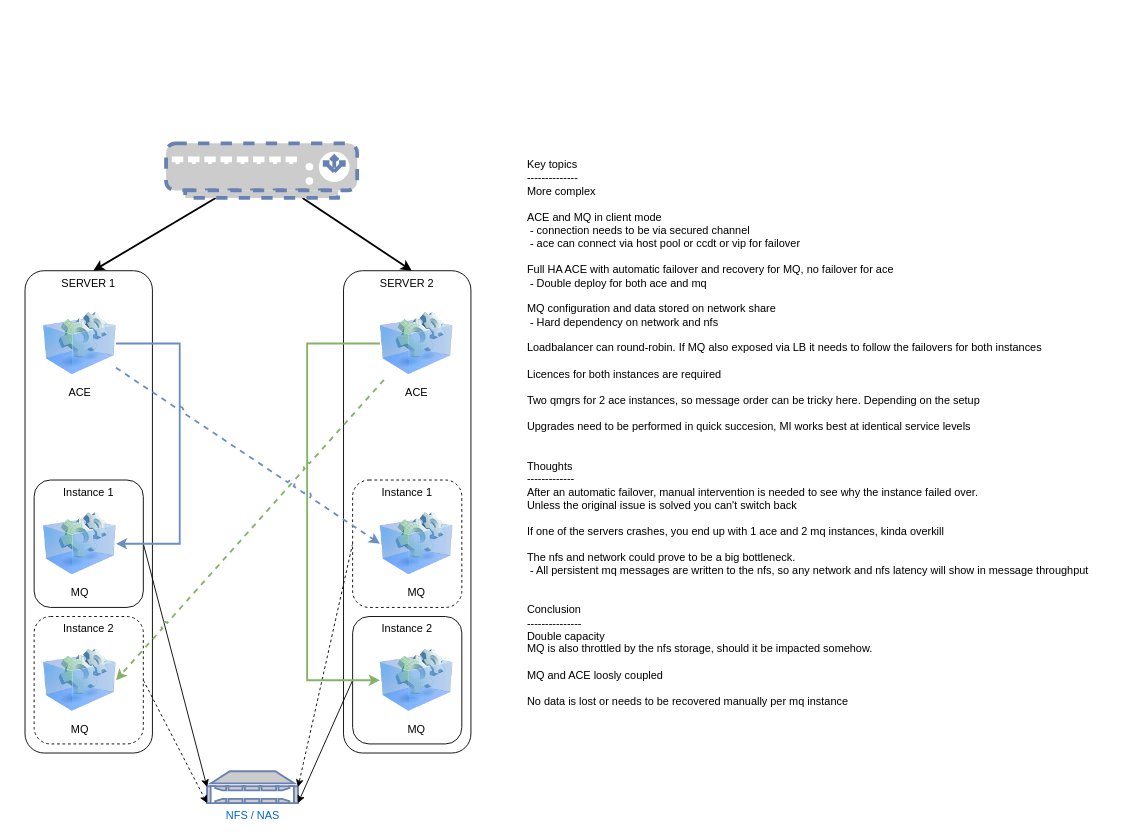
This is page "DA ACE & Cross MI MQ" (4 of 10) of Designs/ACE/HighAvailabilityScenarios.drawio from matthiasblomme/MixedTools, a draw.io file, before an edit. Source tidied: cells renumbered, new cells numbered last; positions are measured from the earlier drawing's top-left corner, leaving out a move shared by most shapes. Both pictures are drawn from the tidied source at 91%, with x=0, y=0 at pixel (25, 143).
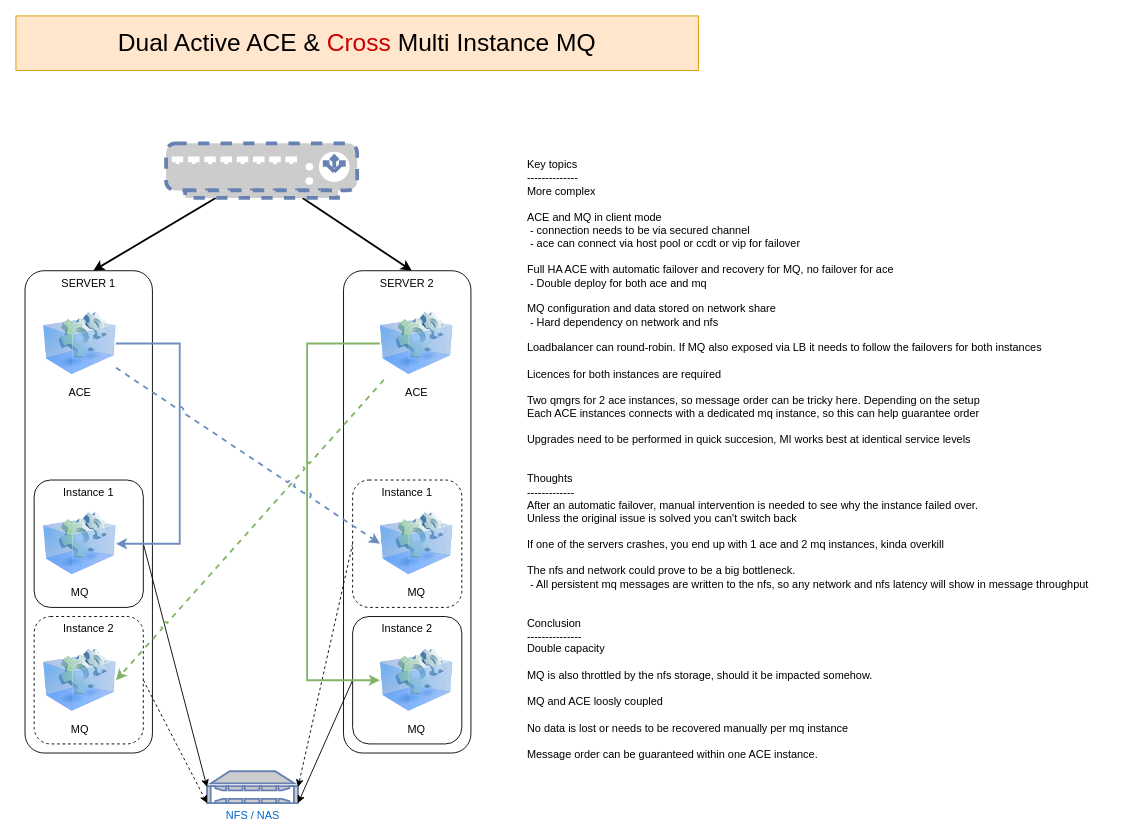
The same page after the edit.

What changed in the source:
```diff
@@
-    <mxCell id="26" value="Key topics&lt;br style=&quot;border-color: var(--border-color);&quot;&gt;--------------&lt;br&gt;More complex&lt;br&gt;&lt;br&gt;ACE and MQ in client mode&lt;br&gt;&lt;span style=&quot;&quot;&gt;&lt;/span&gt;&lt;span style=&quot;&quot;&gt;&lt;/span&gt;&lt;span style=&quot;&quot;&gt;&lt;/span&gt;&lt;span style=&quot;&quot;&gt;&lt;/span&gt;&amp;nbsp;- connection needs to be via secured channel&lt;br&gt;&amp;nbsp;- ace can connect via host pool or ccdt or vip for failover&lt;br&gt;&lt;br&gt;Full HA ACE with automatic failover and recovery for MQ, no failover for ace&lt;br&gt;&amp;nbsp;- Double deploy for both ace and mq&lt;br&gt;&lt;span style=&quot;&quot;&gt; &lt;/span&gt;&lt;br&gt;MQ configuration and data stored on network share&lt;br style=&quot;border-color: var(--border-color);&quot;&gt;&lt;span style=&quot;border-color: var(--border-color);&quot;&gt;&lt;/span&gt;&lt;span style=&quot;&quot;&gt;&lt;/span&gt;&lt;span style=&quot;&quot;&gt;&lt;/span&gt;&lt;span style=&quot;&quot;&gt;&lt;/span&gt;&amp;nbsp;- Hard dependency on network and nfs&lt;br&gt;&lt;br&gt;Loadbalancer can round-robin. If MQ also exposed via LB it needs to follow the failovers for both instances&lt;br&gt;&lt;br&gt;Licences for both instances are required&lt;br&gt;&lt;br&gt;Two qmgrs for 2 ace instances, so message order can be tricky here. Depending on the setup&lt;br&gt;&lt;br&gt;Upgrades need to be performed in quick succesion, MI works best at identical service levels&lt;br&gt;&lt;br&gt;&lt;br&gt;Thoughts&lt;br style=&quot;border-color: var(--border-color);&quot;&gt;-------------&lt;br style=&quot;border-color: var(--border-color);&quot;&gt;After an automatic failover, manual intervention is needed to see why the instance failed over.&lt;br style=&quot;border-color: var(--border-color);&quot;&gt;Unless the original issue is solved you can't switch back&lt;br style=&quot;border-color: var(--border-color);&quot;&gt;&lt;br&gt;If one of the servers crashes, you end up with 1 ace and 2 mq instances, kinda overkill&lt;br&gt;&lt;br style=&quot;border-color: var(--border-color);&quot;&gt;The nfs and network could prove to be a big bottleneck.&lt;br style=&quot;border-color: var(--border-color);&quot;&gt;&amp;nbsp;- All persistent mq messages are written to the nfs, so any network and nfs latency will show in message throughput&lt;br&gt;&lt;br&gt;&lt;br&gt;Conclusion&lt;br&gt;---------------&lt;br&gt;Double capacity&lt;br&gt;MQ is also throttled by the nfs storage, should it be impacted somehow.&lt;br&gt;&lt;br&gt;MQ and ACE loosly coupled&lt;br&gt;&lt;br style=&quot;border-color: var(--border-color);&quot;&gt;No data is lost or needs to be recovered manually per mq instance" style="text;html=1;strokeColor=none;fillColor=none;align=left;verticalAlign=top;whiteSpace=wrap;rounded=0;dashed=1;" parent="1" vertex="1">
+    <mxCell id="26" value="Key topics&lt;br style=&quot;border-color: var(--border-color);&quot;&gt;--------------&lt;br&gt;More complex&lt;br&gt;&lt;br&gt;ACE and MQ in client mode&lt;br&gt;&lt;span style=&quot;&quot;&gt;&lt;/span&gt;&lt;span style=&quot;&quot;&gt;&lt;/span&gt;&lt;span style=&quot;&quot;&gt;&lt;/span&gt;&lt;span style=&quot;&quot;&gt;&lt;/span&gt;&amp;nbsp;- connection needs to be via secured channel&lt;br&gt;&amp;nbsp;- ace can connect via host pool or ccdt or vip for failover&lt;br&gt;&lt;br&gt;Full HA ACE with automatic failover and recovery for MQ, no failover for ace&lt;br&gt;&amp;nbsp;- Double deploy for both ace and mq&lt;br&gt;&lt;span style=&quot;&quot;&gt; &lt;/span&gt;&lt;br&gt;MQ configuration and data stored on network share&lt;br style=&quot;border-color: var(--border-color);&quot;&gt;&lt;span style=&quot;border-color: var(--border-color);&quot;&gt;&lt;/span&gt;&lt;span style=&quot;&quot;&gt;&lt;/span&gt;&lt;span style=&quot;&quot;&gt;&lt;/span&gt;&lt;span style=&quot;&quot;&gt;&lt;/span&gt;&amp;nbsp;- Hard dependency on network and nfs&lt;br&gt;&lt;br&gt;Loadbalancer can round-robin. If MQ also exposed via LB it needs to follow the failovers for both instances&lt;br&gt;&lt;br&gt;Licences for both instances are required&lt;br&gt;&lt;br&gt;Two qmgrs for 2 ace instances, so message order can be tricky here. Depending on the setup&lt;br&gt;Each ACE instances connects with a dedicated mq instance, so this can help guarantee order&amp;nbsp;&lt;br&gt;&lt;br&gt;Upgrades need to be performed in quick succesion, MI works best at identical service levels&lt;br&gt;&lt;br&gt;&lt;br&gt;Thoughts&lt;br style=&quot;border-color: var(--border-color);&quot;&gt;-------------&lt;br style=&quot;border-color: var(--border-color);&quot;&gt;After an automatic failover, manual intervention is needed to see why the instance failed over.&lt;br style=&quot;border-color: var(--border-color);&quot;&gt;Unless the original issue is solved you can't switch back&lt;br style=&quot;border-color: var(--border-color);&quot;&gt;&lt;br&gt;If one of the servers crashes, you end up with 1 ace and 2 mq instances, kinda overkill&lt;br&gt;&lt;br style=&quot;border-color: var(--border-color);&quot;&gt;The nfs and network could prove to be a big bottleneck.&lt;br style=&quot;border-color: var(--border-color);&quot;&gt;&amp;nbsp;- All persistent mq messages are written to the nfs, so any network and nfs latency will show in message throughput&lt;br&gt;&lt;br&gt;&lt;br&gt;Conclusion&lt;br&gt;---------------&lt;br&gt;Double capacity&lt;br&gt;&lt;br&gt;MQ is also throttled by the nfs storage, should it be impacted somehow.&lt;br&gt;&lt;br&gt;MQ and ACE loosly coupled&lt;br&gt;&lt;br style=&quot;border-color: var(--border-color);&quot;&gt;No data is lost or needs to be recovered manually per mq instance&lt;br&gt;&lt;br&gt;Message order can be guaranteed within one ACE instance.&amp;nbsp;" style="text;html=1;strokeColor=none;fillColor=none;align=left;verticalAlign=top;whiteSpace=wrap;rounded=0;dashed=1;" parent="1" vertex="1">
       <mxGeometry x="550" y="10" width="640" height="640" as="geometry" />
     </mxCell>
+    <mxCell id="27" value="Dual Active ACE &amp;amp; &lt;font color=&quot;#cc0000&quot;&gt;Cross&lt;/font&gt; Multi Instance MQ" style="text;html=1;strokeColor=#d79b00;fillColor=#ffe6cc;align=center;verticalAlign=middle;whiteSpace=wrap;rounded=0;fontSize=27;" parent="1" vertex="1">
+      <mxGeometry x="-10" y="-140" width="750" height="60" as="geometry" />
+    </mxCell>
```
